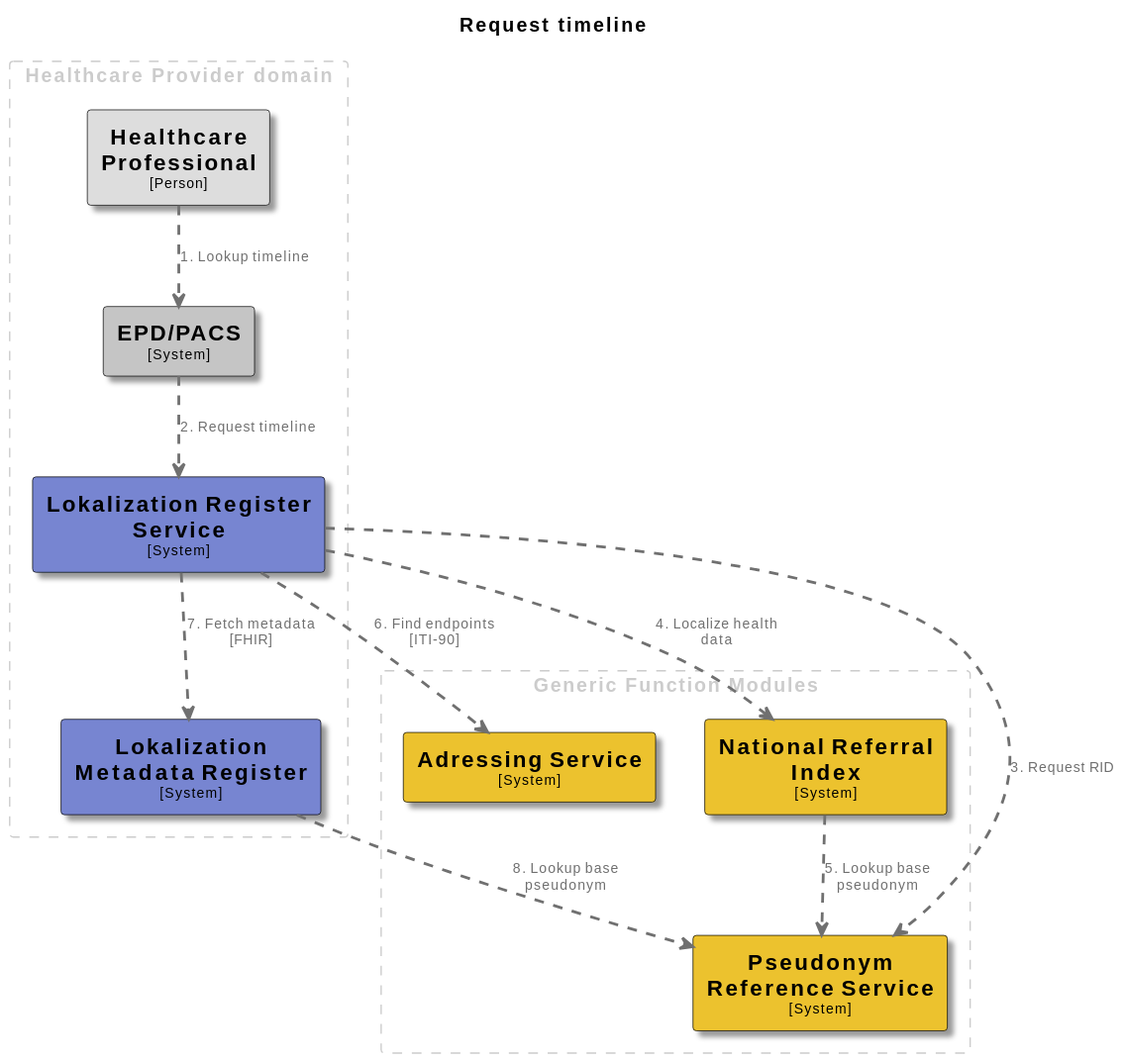
This is docs/images/structurizr-RequestTimeline.svg from minvws/gfmodules-coordination, a PlantUML export, as it was before one commit.
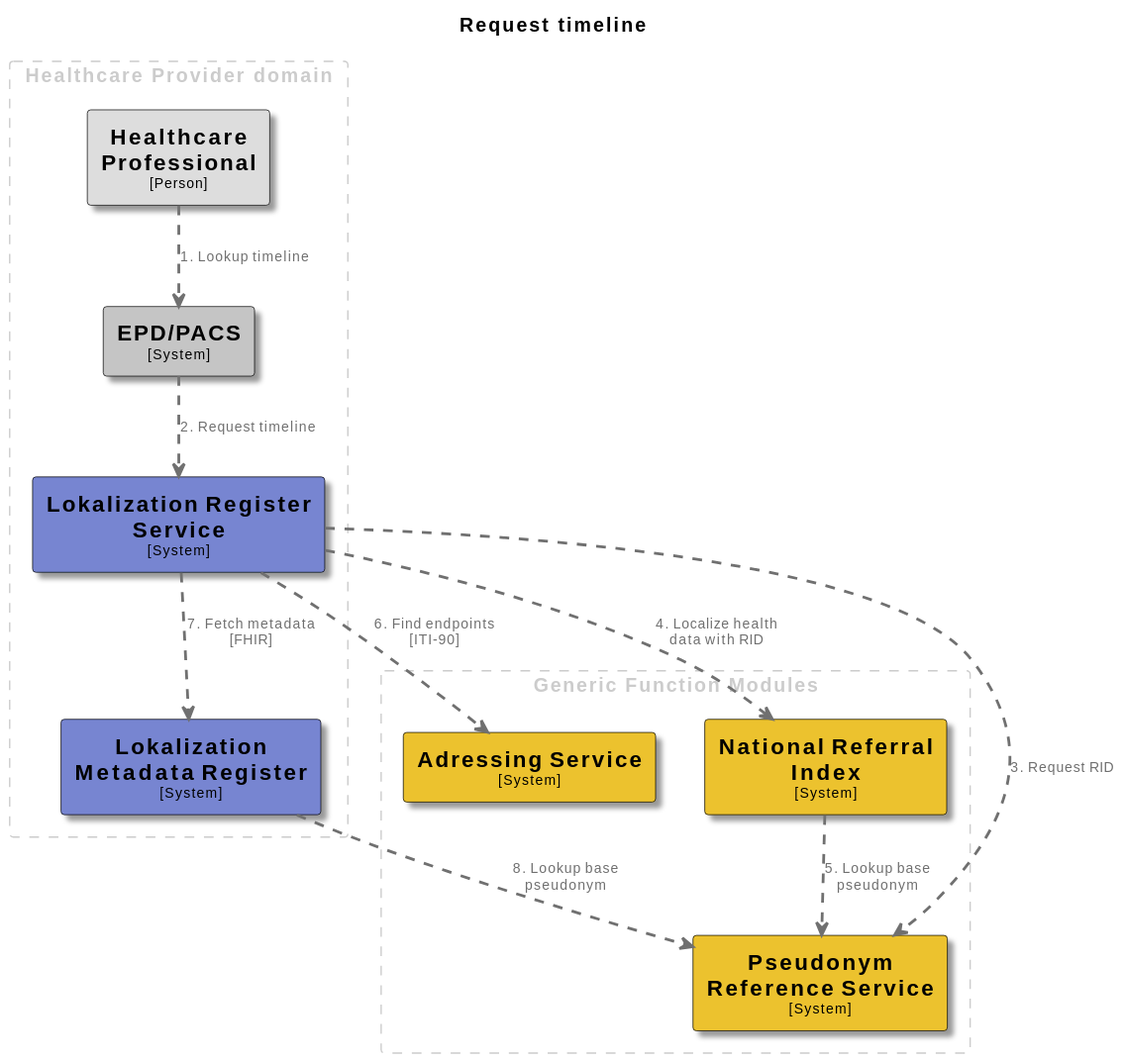
Above is the later version.

Change to the diagram source:
```diff
@@ -80,7 +80,7 @@
 HealthcareProfessional .[#707070,thickness=2].> EPDPACS : "<color:#707070>1. Lookup timeline"
 EPDPACS .[#707070,thickness=2].> LokalizationRegisterService : "<color:#707070>2. Request timeline"
 LokalizationRegisterService .[#707070,thickness=2].> PseudonymReferenceService : "<color:#707070>3. Request RID"
-LokalizationRegisterService .[#707070,thickness=2].> NationalReferralIndex : "<color:#707070>4. Localize health data"
+LokalizationRegisterService .[#707070,thickness=2].> NationalReferralIndex : "<color:#707070>4. Localize health data with RID"
 NationalReferralIndex .[#707070,thickness=2].> PseudonymReferenceService : "<color:#707070>5. Lookup base pseudonym"
 LokalizationRegisterService .[#707070,thickness=2].> AdressingService : "<color:#707070>6. Find endpoints [ITI-90]"
 LokalizationRegisterService .[#707070,thickness=2].> LokalizationMetadataRegister : "<color:#707070>7. Fetch metadata [FHIR]"
```
